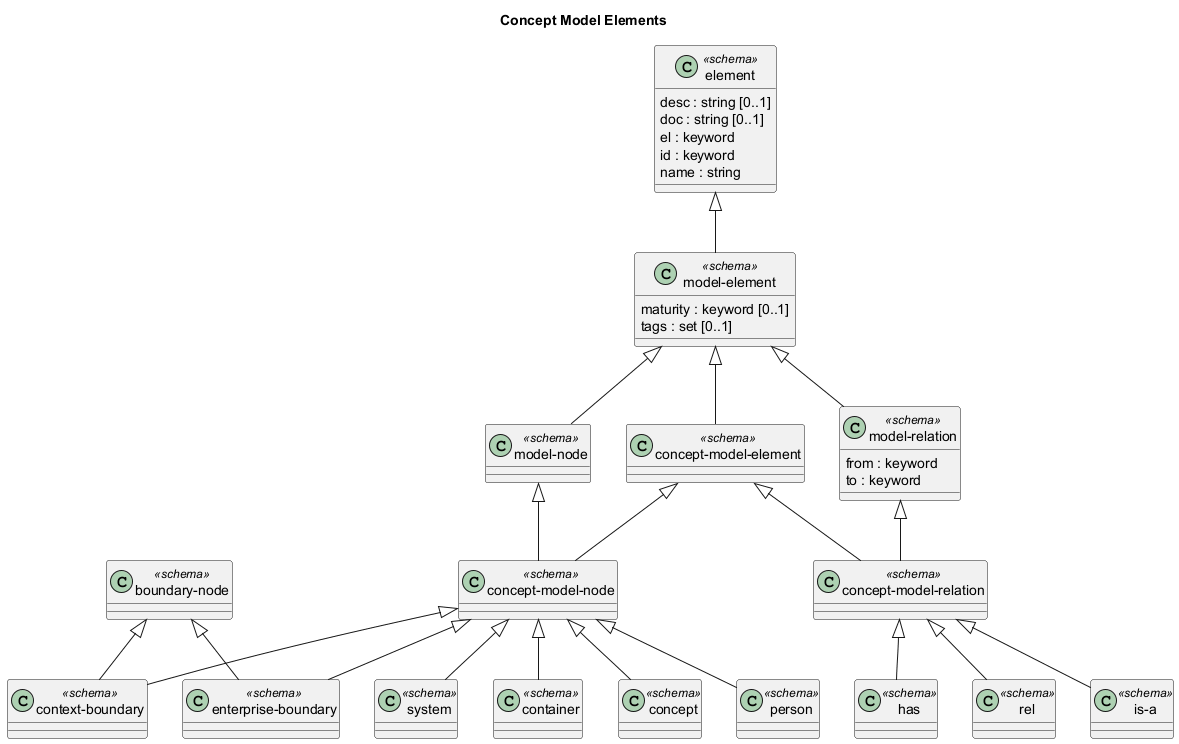
Before: docs/overarch/data-model/concept-model-elements.png, a diagram exported from PlantUML (soulspace-org/overarch). Its diagram source:
```plantuml
@startuml concept-model-elements
title Concept Model Elements
class "enterprise-boundary" as overarch_dataModel_enterpriseBoundary <<schema>> {}
class "container" as overarch_dataModel_container <<schema>> {}
class "context-boundary" as overarch_dataModel_contextBoundary <<schema>> {}
class "concept-model-node" as overarch_dataModel_conceptModelNode <<schema>> {}
class "has" as overarch_dataModel_has <<schema>> {}
class "concept-model-element" as overarch_dataModel_conceptModelElement <<schema>> {}
class "rel" as overarch_dataModel_rel <<schema>> {}
class "model-node" as overarch_dataModel_modelNode <<schema>> {}
class "is-a" as overarch_dataModel_isA <<schema>> {}
class "element" as overarch_dataModel_element <<schema>> {
  desc : string [0..1]
  doc : string [0..1]
  el : keyword
  id : keyword
  name : string
}
class "concept" as overarch_dataModel_concept <<schema>> {}
class "model-element" as overarch_dataModel_modelElement <<schema>> {
  maturity : keyword [0..1]
  tags : set [0..1]
}
class "boundary-node" as overarch_dataModel_boundaryNode <<schema>> {}
class "person" as overarch_dataModel_person <<schema>> {}
class "system" as overarch_dataModel_system <<schema>> {}
class "model-relation" as overarch_dataModel_modelRelation <<schema>> {
  from : keyword
  to : keyword
}
class "concept-model-relation" as overarch_dataModel_conceptModelRelation <<schema>> {}
overarch_dataModel_element <|-- overarch_dataModel_modelElement
overarch_dataModel_boundaryNode <|-- overarch_dataModel_contextBoundary
overarch_dataModel_modelElement <|-- overarch_dataModel_modelNode
overarch_dataModel_boundaryNode <|-- overarch_dataModel_enterpriseBoundary
overarch_dataModel_modelElement <|-- overarch_dataModel_modelRelation
overarch_dataModel_conceptModelRelation <|-- overarch_dataModel_rel
overarch_dataModel_conceptModelRelation <|-- overarch_dataModel_has
overarch_dataModel_conceptModelElement <|-- overarch_dataModel_conceptModelNode
overarch_dataModel_modelNode <|-- overarch_dataModel_conceptModelNode
overarch_dataModel_conceptModelNode <|-- overarch_dataModel_container
overarch_dataModel_conceptModelNode <|-- overarch_dataModel_enterpriseBoundary
overarch_dataModel_modelElement <|-- overarch_dataModel_conceptModelElement
overarch_dataModel_conceptModelRelation <|-- overarch_dataModel_isA
overarch_dataModel_conceptModelNode <|-- overarch_dataModel_concept
overarch_dataModel_modelRelation <|-- overarch_dataModel_conceptModelRelation
overarch_dataModel_conceptModelNode <|-- overarch_dataModel_contextBoundary
overarch_dataModel_conceptModelNode <|-- overarch_dataModel_person
overarch_dataModel_conceptModelElement <|-- overarch_dataModel_conceptModelRelation
overarch_dataModel_conceptModelNode <|-- overarch_dataModel_system
@enduml
```
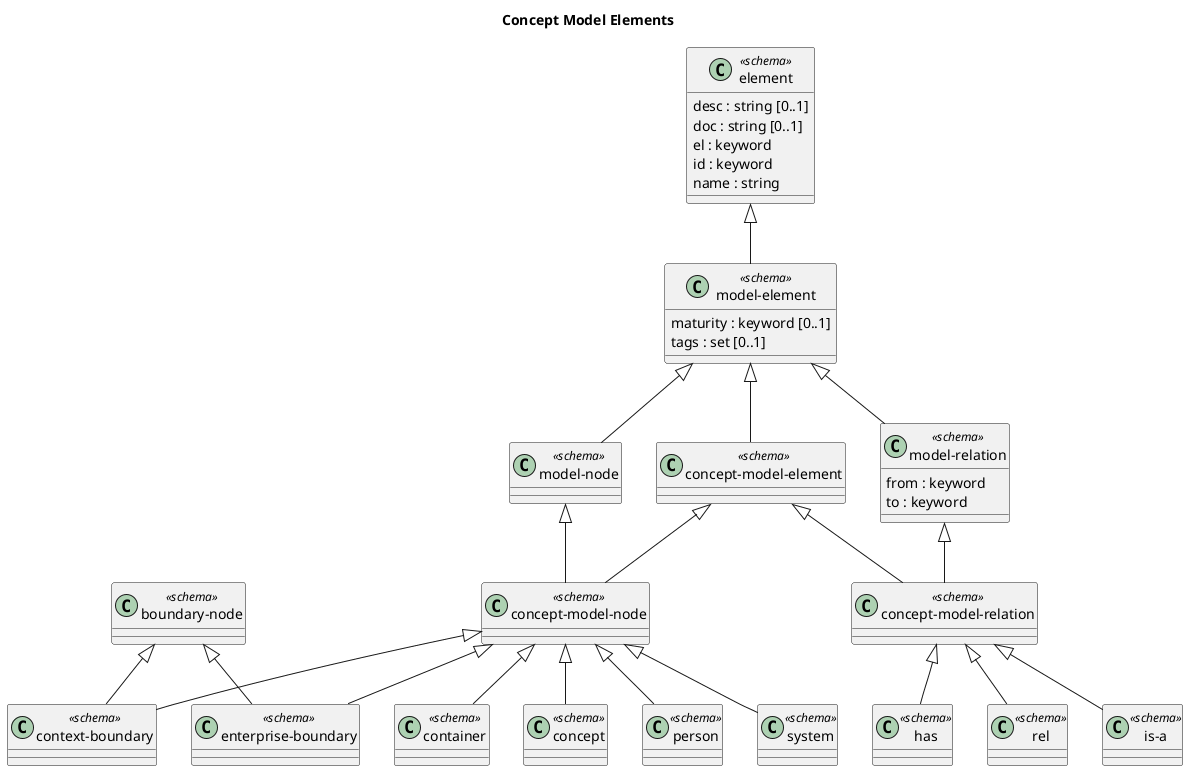
Above is the later version.

Change to the diagram source:
```diff
@@ -1,14 +1,21 @@
 @startuml concept-model-elements
 title Concept Model Elements
-class "enterprise-boundary" as overarch_dataModel_enterpriseBoundary <<schema>> {}
-class "container" as overarch_dataModel_container <<schema>> {}
-class "context-boundary" as overarch_dataModel_contextBoundary <<schema>> {}
-class "concept-model-node" as overarch_dataModel_conceptModelNode <<schema>> {}
-class "has" as overarch_dataModel_has <<schema>> {}
-class "concept-model-element" as overarch_dataModel_conceptModelElement <<schema>> {}
-class "rel" as overarch_dataModel_rel <<schema>> {}
-class "model-node" as overarch_dataModel_modelNode <<schema>> {}
-class "is-a" as overarch_dataModel_isA <<schema>> {}
+class "enterprise-boundary" as overarch_dataModel_enterpriseBoundary <<schema>> {
+}
+class "context-boundary" as overarch_dataModel_contextBoundary <<schema>> {
+}
+class "concept-model-node" as overarch_dataModel_conceptModelNode <<schema>> {
+}
+class "has" as overarch_dataModel_has <<schema>> {
+}
+class "concept-model-element" as overarch_dataModel_conceptModelElement <<schema>> {
+}
+class "rel" as overarch_dataModel_rel <<schema>> {
+}
+class "model-node" as overarch_dataModel_modelNode <<schema>> {
+}
+class "is-a" as overarch_dataModel_isA <<schema>> {
+}
 class "element" as overarch_dataModel_element <<schema>> {
   desc : string [0..1]
   doc : string [0..1]
@@ -16,19 +23,26 @@
   id : keyword
   name : string
 }
-class "concept" as overarch_dataModel_concept <<schema>> {}
+class "concept" as overarch_dataModel_concept <<schema>> {
+}
 class "model-element" as overarch_dataModel_modelElement <<schema>> {
   maturity : keyword [0..1]
   tags : set [0..1]
 }
-class "boundary-node" as overarch_dataModel_boundaryNode <<schema>> {}
-class "person" as overarch_dataModel_person <<schema>> {}
-class "system" as overarch_dataModel_system <<schema>> {}
+class "boundary-node" as overarch_dataModel_boundaryNode <<schema>> {
+}
+class "person" as overarch_dataModel_person <<schema>> {
+}
+class "system" as overarch_dataModel_system <<schema>> {
+}
+class "container" as overarch_dataModel_container <<schema>> {
+}
 class "model-relation" as overarch_dataModel_modelRelation <<schema>> {
   from : keyword
   to : keyword
 }
-class "concept-model-relation" as overarch_dataModel_conceptModelRelation <<schema>> {}
+class "concept-model-relation" as overarch_dataModel_conceptModelRelation <<schema>> {
+}
 overarch_dataModel_element <|-- overarch_dataModel_modelElement
 overarch_dataModel_boundaryNode <|-- overarch_dataModel_contextBoundary
 overarch_dataModel_modelElement <|-- overarch_dataModel_modelNode
```
